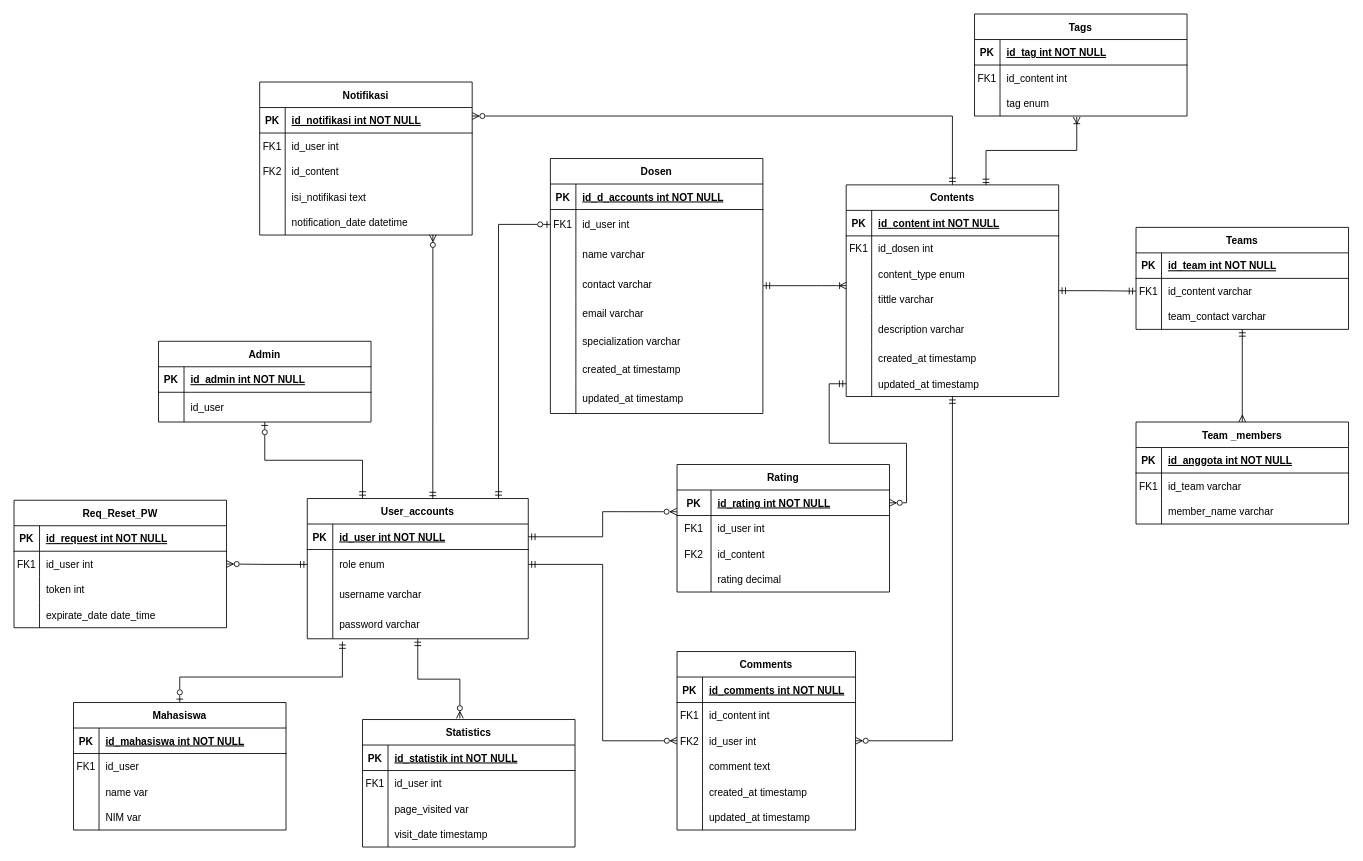
Before: Untitled Diagram.drawio in Iknip26/PAD_portofolio_TA, a draw.io diagram. Source tidied: cells renumbered, new cells numbered last; positions are measured from the earlier drawing's top-left corner, leaving out a move shared by most shapes. Both pictures are drawn from the tidied source at 85%, with x=0, y=0 at pixel (14, 14).
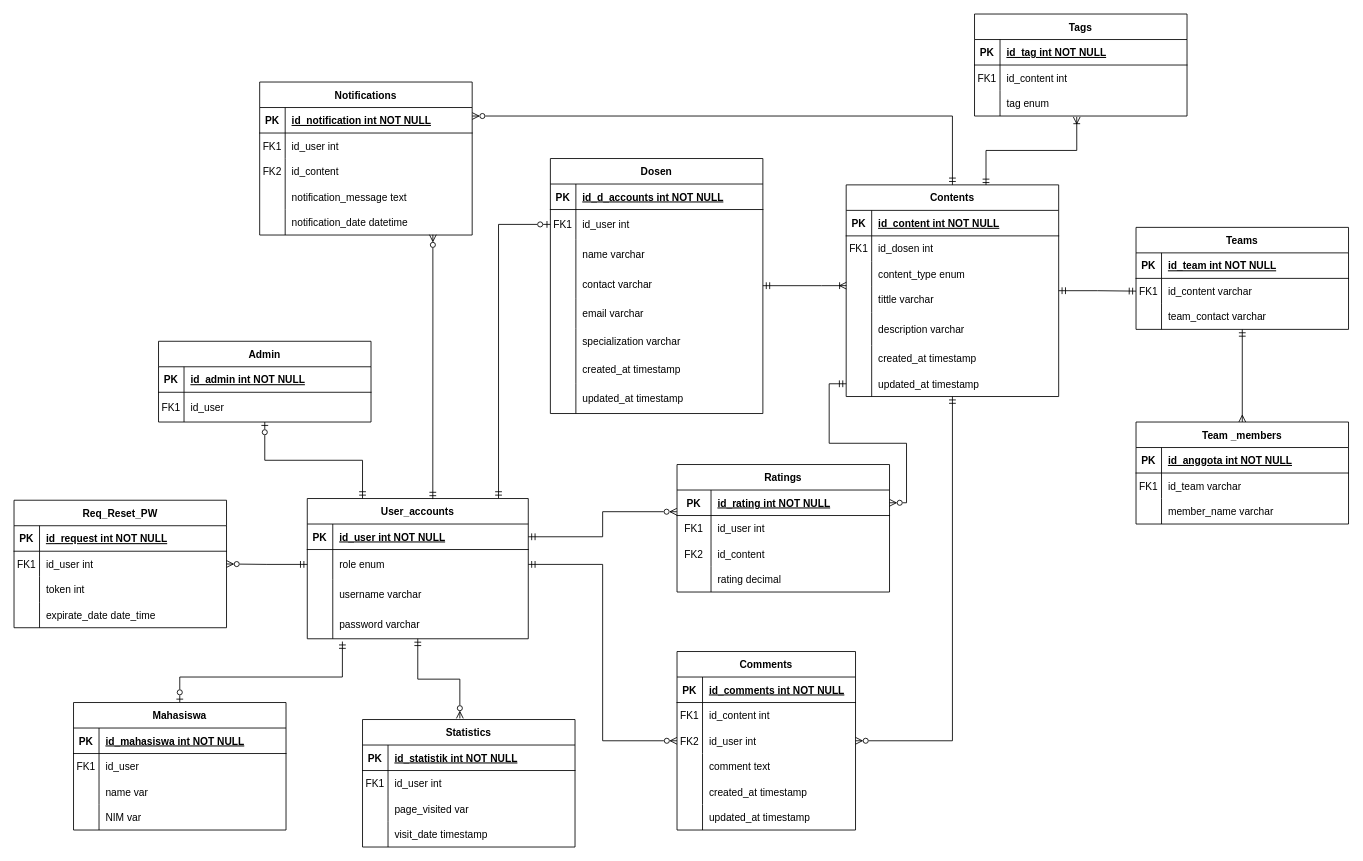
The same diagram, later.

The change refers to these unchanged cells:
```xml
<mxCell id="111" style="shape=partialRectangle;fillColor=none;top=0;left=0;right=0;bottom=1;" parent="110" vertex="1">
  <mxGeometry y="30" width="250" height="30" as="geometry" />
</mxCell>
<mxCell id="120" style="shape=partialRectangle;fillColor=none;top=0;left=0;right=0;bottom=0;" parent="110" vertex="1">
  <mxGeometry y="120" width="250" height="30" as="geometry" />
</mxCell>
<mxCell id="170" style="shape=partialRectangle;fillColor=none;top=0;left=0;right=0;bottom=0;" parent="166" vertex="1">
  <mxGeometry y="60" width="250" height="35" as="geometry" />
</mxCell>
```

The edit, as a diff of the source:
```diff
@@
-    <mxCell id="61" value="Rating" style="shape=table;startSize=30;childLayout=tableLayout;rowLines=0;fontStyle=1;align=center;" parent="1" vertex="1">
+    <mxCell id="61" value="Ratings" style="shape=table;startSize=30;childLayout=tableLayout;rowLines=0;fontStyle=1;align=center;" parent="1" vertex="1">
       <mxGeometry x="780" y="530" width="250" height="150" as="geometry" />
     </mxCell>
@@
-    <mxCell id="110" value="Notifikasi" style="shape=table;startSize=30;childLayout=tableLayout;rowLines=0;fontStyle=1;align=center;" parent="1" vertex="1">
+    <mxCell id="110" value="Notifications" style="shape=table;startSize=30;childLayout=tableLayout;rowLines=0;fontStyle=1;align=center;" parent="1" vertex="1">
       <mxGeometry x="289" y="80" width="250" height="180" as="geometry" />
     </mxCell>
@@
-    <mxCell id="113" value="id_notifikasi int NOT NULL " style="shape=partialRectangle;overflow=hidden;fillColor=none;top=0;left=0;bottom=0;right=0;align=left;spacingLeft=6;fontStyle=5;" parent="111" vertex="1">
+    <mxCell id="113" value="id_notification int NOT NULL " style="shape=partialRectangle;overflow=hidden;fillColor=none;top=0;left=0;bottom=0;right=0;align=left;spacingLeft=6;fontStyle=5;" parent="111" vertex="1">
       <mxGeometry x="30" width="220" height="30" as="geometry" />
     </mxCell>
@@
-    <mxCell id="122" value="isi_notifikasi text" style="shape=partialRectangle;overflow=hidden;fillColor=none;top=0;left=0;bottom=0;right=0;align=left;spacingLeft=6;" parent="120" vertex="1">
+    <mxCell id="122" value="notification_message text" style="shape=partialRectangle;overflow=hidden;fillColor=none;top=0;left=0;bottom=0;right=0;align=left;spacingLeft=6;" parent="120" vertex="1">
       <mxGeometry x="30" width="220" height="30" as="geometry" />
     </mxCell>
@@
-    <mxCell id="171" style="shape=partialRectangle;overflow=hidden;fillColor=none;top=0;left=0;bottom=0;right=0;" parent="170" vertex="1">
+    <mxCell id="171" value="FK1" style="shape=partialRectangle;overflow=hidden;fillColor=none;top=0;left=0;bottom=0;right=0;" parent="170" vertex="1">
       <mxGeometry width="30" height="35" as="geometry" />
     </mxCell>
```
